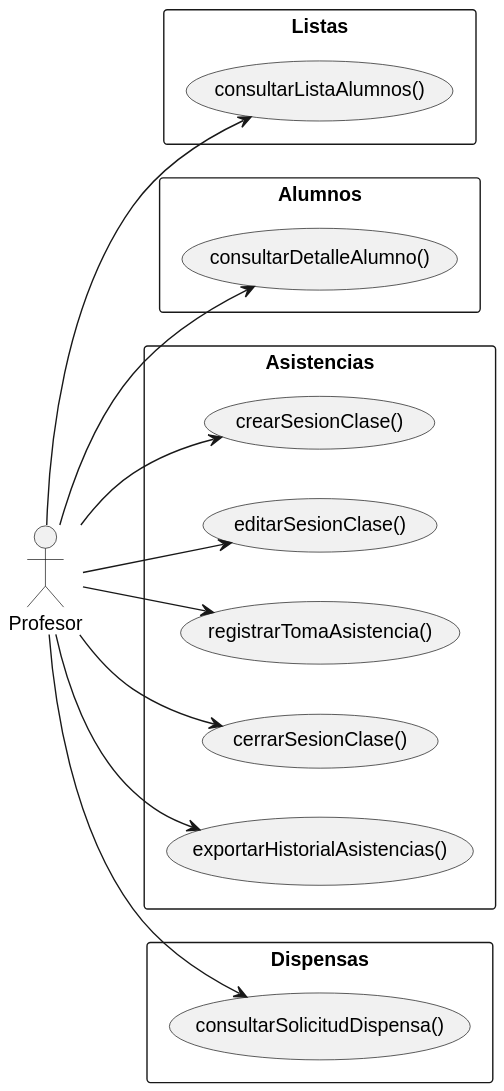
The PlantUML diagram documents/requisitado/01-actores-casos-uso/Profesor.svg in jerdier/25-26-idsw2-sdVC, before a commit.
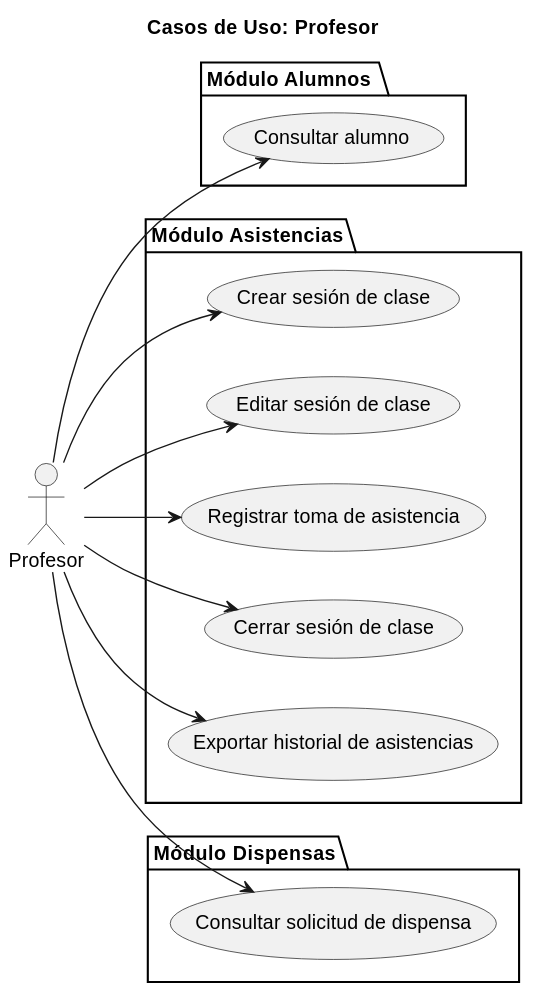
After the change.

The edit, as a diff of the source:
```diff
@@ -1,38 +1,33 @@
 @startuml
+Title Casos de Uso: Profesor
 left to right direction
-skinparam packageStyle rectangle
+skinparam style strictuml
 
 actor Profesor
 
-    package "Listas" {
-        usecase "consultarListaAlumnos()" as ListasConsultarLista
-    }
+package "Módulo Alumnos " {
+    usecase "Consultar alumno" as AlumnosConsultar
+}
 
-    package "Alumnos" {
-        usecase "consultarDetalleAlumno()"  as AlumnosConsultarDetalle
-    }
+package "Módulo Asistencias" {
+    usecase "Crear sesión de clase" as AsistenciasCrearSesion
+    usecase "Editar sesión de clase" as AsistenciasEditarSesion
+    usecase "Registrar toma de asistencia" as AsistenciasRegistrarToma
+    usecase "Cerrar sesión de clase" as AsistenciasCerrarSesion
+    usecase "Exportar historial de asistencias" as AsistenciasExportarHistorial
+}
 
-    package "Asistencias" {
-        usecase "crearSesionClase()"          as AsistenciasCrearSesion
-        usecase "editarSesionClase()"         as AsistenciasEditarSesion
-        usecase "registrarTomaAsistencia()"   as AsistenciasRegistrarToma
-        usecase "cerrarSesionClase()"         as AsistenciasCerrarSesion
-        usecase "exportarHistorialAsistencias()" as AsistenciasExportarHistorial
-    }
+package "Módulo Dispensas" {
+    usecase "Consultar solicitud de dispensa" as DispensasConsultar
+}
 
-    package "Dispensas" {
-        usecase "consultarSolicitudDispensa()" as DispensasConsultar
-    }
+Profesor --> AlumnosConsultar
 
-    Profesor --> ListasConsultarLista
+Profesor --> AsistenciasCrearSesion
+Profesor --> AsistenciasEditarSesion
+Profesor --> AsistenciasRegistrarToma
+Profesor --> AsistenciasCerrarSesion
+Profesor --> AsistenciasExportarHistorial
 
-    Profesor --> AlumnosConsultarDetalle
-
-    Profesor --> AsistenciasCrearSesion
-    Profesor --> AsistenciasEditarSesion
-    Profesor --> AsistenciasRegistrarToma
-    Profesor --> AsistenciasCerrarSesion
-    Profesor --> AsistenciasExportarHistorial
-
-    Profesor --> DispensasConsultar
+Profesor --> DispensasConsultar
 @enduml
```
